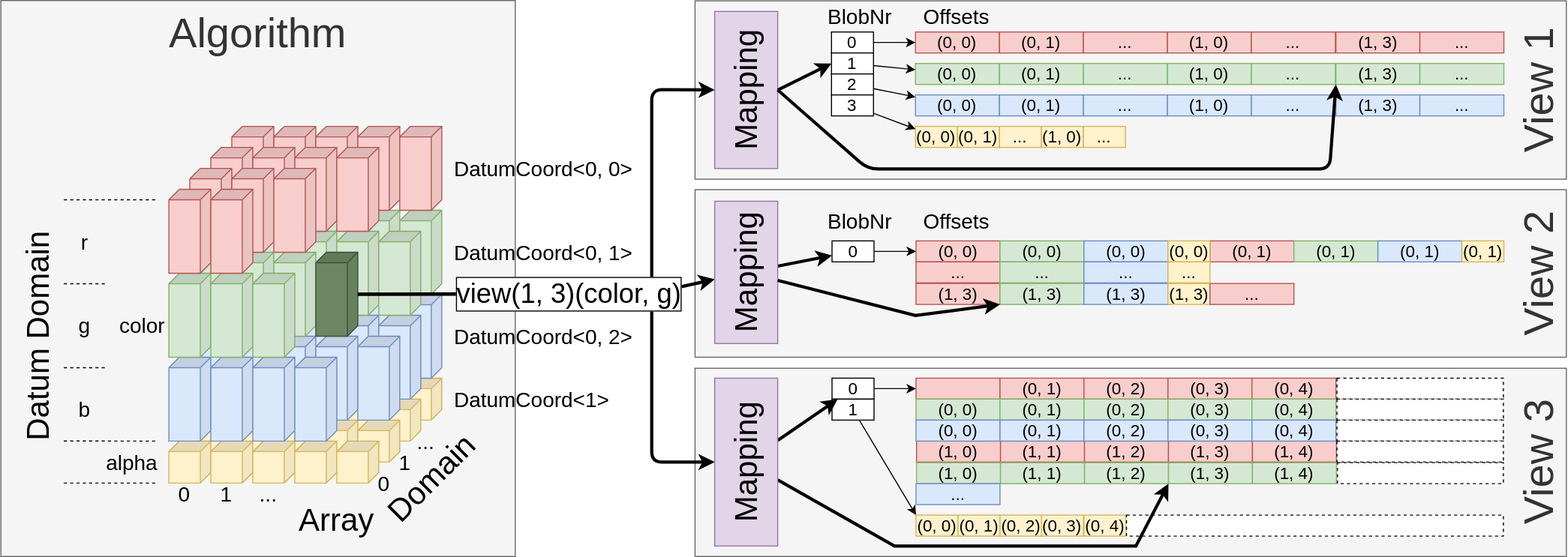
The draw.io diagram docs/images/mapping.svg in alpaka-group/llama, before a commit. Source tidied: cells renumbered, new cells last; positions are measured from the earlier drawing's top-left corner, leaving out a move shared by most shapes.
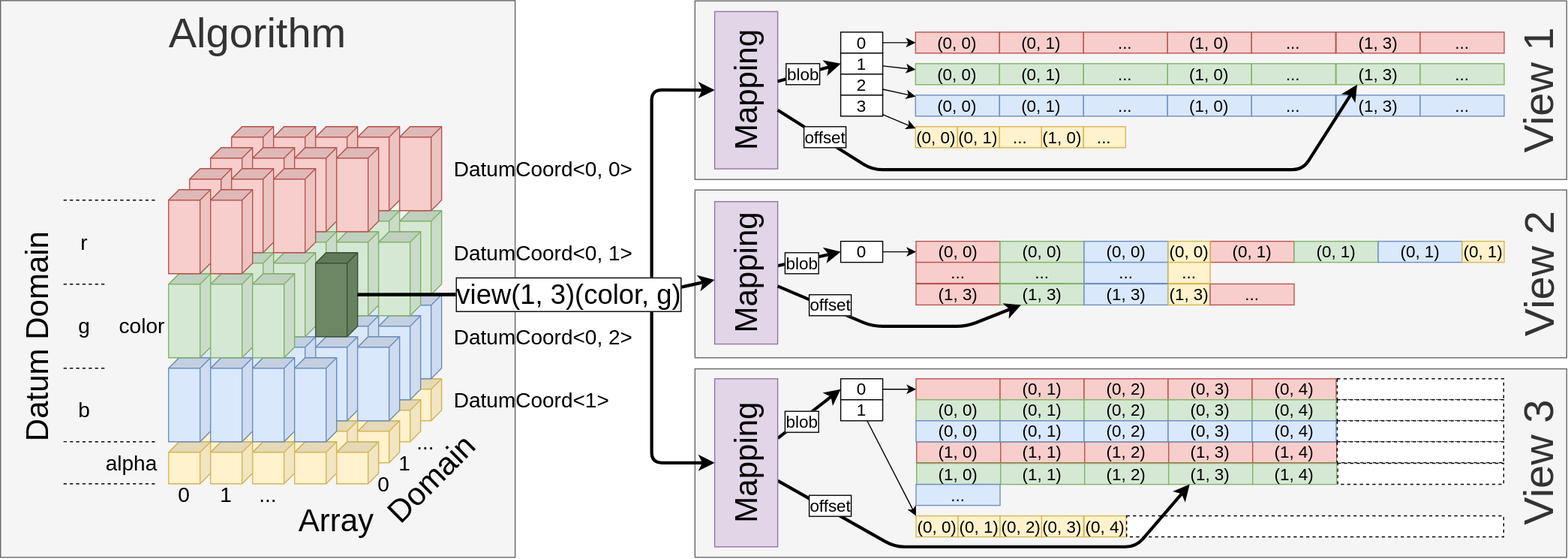
Later version of the same file.

Commit message:
fix arrow heads and add labels to them

Change to the diagram source:
```diff
@@ -173,25 +173,25 @@
       <mxGeometry relative="1" as="geometry" />
     </mxCell>
     <mxCell id="51" value="0" style="rounded=0;whiteSpace=wrap;html=1;fontSize=16;align=center;" parent="1" vertex="1">
-      <mxGeometry x="861.2" y="30" width="40" height="20" as="geometry" />
+      <mxGeometry x="870" y="30" width="40" height="20" as="geometry" />
     </mxCell>
     <mxCell id="52" style="edgeStyle=none;rounded=0;jettySize=auto;html=1;fontSize=16;" parent="1" edge="1" source="53" target="35">
       <mxGeometry relative="1" as="geometry" />
     </mxCell>
     <mxCell id="53" value="1" style="rounded=0;whiteSpace=wrap;html=1;fontSize=16;align=center;" parent="1" vertex="1">
-      <mxGeometry x="861.2" y="50" width="40" height="20" as="geometry" />
+      <mxGeometry x="870" y="50" width="40" height="20" as="geometry" />
     </mxCell>
     <mxCell id="54" style="edgeStyle=none;rounded=0;jettySize=auto;html=1;fontSize=16;" parent="1" edge="1" source="55" target="40">
       <mxGeometry relative="1" as="geometry" />
     </mxCell>
     <mxCell id="55" value="2" style="rounded=0;whiteSpace=wrap;html=1;fontSize=16;align=center;" parent="1" vertex="1">
-      <mxGeometry x="861.2" y="70" width="40" height="20" as="geometry" />
+      <mxGeometry x="870" y="70" width="40" height="20" as="geometry" />
     </mxCell>
     <mxCell id="56" style="edgeStyle=none;rounded=0;jettySize=auto;html=1;fontSize=16;" parent="1" edge="1" source="57" target="45">
       <mxGeometry relative="1" as="geometry" />
     </mxCell>
     <mxCell id="57" value="3" style="rounded=0;whiteSpace=wrap;html=1;fontSize=16;align=center;" parent="1" vertex="1">
-      <mxGeometry x="861.2" y="90" width="40" height="20" as="geometry" />
+      <mxGeometry x="870" y="90" width="40" height="20" as="geometry" />
     </mxCell>
     <mxCell id="58" value="(0, 0)" style="rounded=0;whiteSpace=wrap;html=1;fontSize=16;align=center;fillColor=#f8cecc;strokeColor=#b85450;" parent="1" vertex="1">
       <mxGeometry x="941.8" y="229.2" width="80" height="20" as="geometry" />
@@ -224,7 +224,7 @@
       <mxGeometry relative="1" as="geometry" />
     </mxCell>
     <mxCell id="68" value="0" style="rounded=0;whiteSpace=wrap;html=1;fontSize=16;align=center;" parent="1" vertex="1">
-      <mxGeometry x="861.8" y="229.2" width="40" height="20" as="geometry" />
+      <mxGeometry x="870" y="229.2" width="40" height="20" as="geometry" />
     </mxCell>
     <mxCell id="69" value="&amp;nbsp;" style="rounded=0;whiteSpace=wrap;html=1;fontSize=16;align=center;fillColor=#f8cecc;strokeColor=#b85450;" parent="1" vertex="1">
       <mxGeometry x="941.8" y="360" width="80" height="20" as="geometry" />
@@ -245,13 +245,13 @@
       <mxGeometry relative="1" as="geometry" />
     </mxCell>
     <mxCell id="75" value="0" style="rounded=0;whiteSpace=wrap;html=1;fontSize=16;align=center;" parent="1" vertex="1">
-      <mxGeometry x="861.8" y="360" width="40" height="20" as="geometry" />
+      <mxGeometry x="870" y="360" width="40" height="20" as="geometry" />
     </mxCell>
     <mxCell id="76" style="edgeStyle=none;rounded=0;jettySize=auto;html=1;fontSize=16;entryX=0;entryY=0;entryDx=0;entryDy=0;" parent="1" edge="1" source="77" target="72">
       <mxGeometry relative="1" as="geometry" />
     </mxCell>
     <mxCell id="77" value="1" style="rounded=0;whiteSpace=wrap;html=1;fontSize=16;align=center;" parent="1" vertex="1">
-      <mxGeometry x="861.8" y="380" width="40" height="20" as="geometry" />
+      <mxGeometry x="870" y="380" width="40" height="20" as="geometry" />
     </mxCell>
     <mxCell id="78" value="(0, 3)" style="rounded=0;whiteSpace=wrap;html=1;fontSize=16;align=center;fillColor=#f8cecc;strokeColor=#b85450;" parent="1" vertex="1">
       <mxGeometry x="1181.8" y="360" width="80" height="20" as="geometry" />
@@ -328,18 +328,15 @@
     <mxCell id="102" style="rounded=0;whiteSpace=wrap;html=1;fontSize=16;align=center;dashed=1;" parent="1" vertex="1">
       <mxGeometry x="1342.8" y="420" width="158.5" height="20" as="geometry" />
     </mxCell>
-    <mxCell id="103" value="BlobNr" style="text;html=1;strokeColor=none;fillColor=none;align=center;verticalAlign=middle;whiteSpace=wrap;rounded=0;shadow=0;glass=0;dashed=1;sketch=0;fontSize=20;" parent="1" vertex="1">
-      <mxGeometry x="848.8" width="79" height="30" as="geometry" />
-    </mxCell>
-    <mxCell id="104" value="Offsets" style="text;html=1;strokeColor=none;fillColor=none;align=center;verticalAlign=middle;whiteSpace=wrap;rounded=0;shadow=0;glass=0;dashed=1;sketch=0;fontSize=20;" parent="1" vertex="1">
-      <mxGeometry x="941.2" width="79" height="30" as="geometry" />
-    </mxCell>
     <mxCell id="105" value="Mapping" style="rounded=0;whiteSpace=wrap;html=1;shadow=0;glass=0;sketch=0;fillColor=#e1d5e7;fontSize=30;align=center;strokeColor=#9673a6;rotation=-90;" parent="1" vertex="1">
       <mxGeometry x="705.1" y="55.3" width="149.8" height="60" as="geometry" />
     </mxCell>
-    <mxCell id="106" style="endArrow=classic;html=1;fontSize=30;entryX=0;entryY=0.5;entryDx=0;entryDy=0;strokeWidth=3;exitX=0.5;exitY=1;exitDx=0;exitDy=0;" parent="1" edge="1" source="105" target="53">
+    <mxCell id="106" style="endArrow=classic;html=1;fontSize=30;entryX=0;entryY=0.5;entryDx=0;entryDy=0;strokeWidth=3;" parent="1" edge="1" source="105" target="53">
       <mxGeometry relative="1" as="geometry" />
     </mxCell>
+    <mxCell id="213" value="blob" style="edgeLabel;html=1;align=center;verticalAlign=middle;labelBorderColor=#000000;fontSize=16;" parent="106" vertex="1">
+      <mxGeometry x="-0.21" y="1" relative="1" as="geometry" />
+    </mxCell>
     <mxCell id="107" style="group;" parent="1" vertex="1">
       <mxGeometry x="290" y="120" width="200" height="280" as="geometry" />
     </mxCell>
@@ -585,9 +582,14 @@
     <mxCell id="186" value="..." style="rounded=0;whiteSpace=wrap;html=1;fontSize=16;align=center;fillColor=#dae8fc;strokeColor=#6c8ebf;" parent="1" vertex="1">
       <mxGeometry x="1421.8" y="90" width="80" height="20" as="geometry" />
     </mxCell>
-    <mxCell id="187" style="edgeStyle=none;rounded=0;jettySize=auto;html=1;strokeWidth=3;fontSize=40;" parent="1" edge="1" source="188" target="68">
+    <mxCell id="187" style="edgeStyle=none;rounded=0;jettySize=auto;html=1;strokeWidth=3;fontSize=40;entryX=0;entryY=0.5;entryDx=0;entryDy=0;" parent="1" edge="1" source="188" target="68">
       <mxGeometry relative="1" as="geometry" />
     </mxCell>
+    <mxCell id="214" value="blob" style="edgeLabel;html=1;align=center;verticalAlign=middle;labelBorderColor=#000000;fontSize=16;" parent="187" vertex="1">
+      <mxGeometry x="-0.44" y="1" relative="1" as="geometry">
+        <mxPoint x="5.9" y="1.8" as="offset" />
+      </mxGeometry>
+    </mxCell>
     <mxCell id="188" value="Mapping" style="rounded=0;whiteSpace=wrap;html=1;shadow=0;glass=0;sketch=0;fillColor=#e1d5e7;fontSize=30;align=center;strokeColor=#9673a6;rotation=-90;" parent="1" vertex="1">
       <mxGeometry x="712.2" y="229.1" width="135.6" height="60" as="geometry" />
     </mxCell>
@@ -627,10 +629,15 @@
     <mxCell id="200" value="..." style="rounded=0;whiteSpace=wrap;html=1;fontSize=16;align=center;fillColor=#dae8fc;strokeColor=#6c8ebf;" parent="1" vertex="1">
       <mxGeometry x="941.8" y="460.6" width="80" height="20" as="geometry" />
     </mxCell>
-    <mxCell id="201" style="edgeStyle=none;rounded=0;jettySize=auto;html=1;strokeWidth=3;fontSize=40;" parent="1" edge="1" source="203" target="75">
+    <mxCell id="201" style="edgeStyle=none;rounded=0;jettySize=auto;html=1;strokeWidth=3;fontSize=40;entryX=0;entryY=0.5;entryDx=0;entryDy=0;" parent="1" edge="1" source="203" target="75">
       <mxGeometry relative="1" as="geometry" />
     </mxCell>
+    <mxCell id="215" value="blob" style="edgeLabel;html=1;align=center;verticalAlign=middle;labelBorderColor=#000000;fontSize=16;" parent="201" vertex="1">
+      <mxGeometry x="-0.28" y="2" relative="1" as="geometry">
+        <mxPoint x="2.5" y="2.7" as="offset" />
+      </mxGeometry>
+    </mxCell>
-    <mxCell id="202" style="edgeStyle=none;rounded=0;jettySize=auto;html=1;entryX=0;entryY=1;entryDx=0;entryDy=0;strokeWidth=3;fontSize=40;" parent="1" edge="1" source="203" target="197">
+    <mxCell id="202" style="edgeStyle=none;rounded=1;jettySize=auto;html=1;entryX=0.25;entryY=1;entryDx=0;entryDy=0;strokeWidth=3;fontSize=40;" parent="1" edge="1" source="203" target="197">
       <mxGeometry relative="1" as="geometry">
         <Array as="points">
           <mxPoint x="921.2" y="520" />
@@ -638,6 +645,11 @@
         </Array>
       </mxGeometry>
     </mxCell>
+    <mxCell id="216" value="offset" style="edgeLabel;html=1;align=center;verticalAlign=middle;labelBorderColor=#000000;fontSize=16;" parent="202" vertex="1">
+      <mxGeometry x="-0.87" relative="1" as="geometry">
+        <mxPoint x="24.6" y="9.2" as="offset" />
+      </mxGeometry>
+    </mxCell>
     <mxCell id="203" value="Mapping" style="rounded=0;whiteSpace=wrap;html=1;shadow=0;glass=0;sketch=0;fillColor=#e1d5e7;fontSize=30;align=center;strokeColor=#9673a6;rotation=-90;" parent="1" vertex="1">
       <mxGeometry x="700" y="410" width="160" height="60" as="geometry" />
     </mxCell>
@@ -653,21 +665,32 @@
         <mxPoint x="-110.3" y="8.5" as="offset" />
       </mxGeometry>
     </mxCell>
-    <mxCell id="206" style="endArrow=classic;html=1;fontSize=30;entryX=0;entryY=1;entryDx=0;entryDy=0;strokeWidth=3;exitX=0.5;exitY=1;exitDx=0;exitDy=0;" parent="1" edge="1" source="105" target="182">
+    <mxCell id="206" style="endArrow=classic;html=1;fontSize=30;strokeWidth=3;entryX=0.25;entryY=1;entryDx=0;entryDy=0;" parent="1" edge="1" source="105" target="182">
       <mxGeometry relative="1" as="geometry">
         <Array as="points">
-          <mxPoint x="895.8" y="160.6" />
-          <mxPoint x="1335.8" y="160.6" />
+          <mxPoint x="900" y="161" />
+          <mxPoint x="1310" y="161" />
         </Array>
       </mxGeometry>
     </mxCell>
+    <mxCell id="217" value="offset" style="edgeLabel;html=1;align=center;verticalAlign=middle;labelBorderColor=#000000;fontSize=16;" parent="206" vertex="1">
+      <mxGeometry x="-0.57" y="2" relative="1" as="geometry">
+        <mxPoint x="-69.1" y="-29" as="offset" />
+      </mxGeometry>
+    </mxCell>
-    <mxCell id="207" style="edgeStyle=none;rounded=0;jettySize=auto;html=1;strokeWidth=3;fontSize=40;entryX=1;entryY=1;entryDx=0;entryDy=0;" parent="1" edge="1" source="188" target="189">
+    <mxCell id="207" style="edgeStyle=none;rounded=1;jettySize=auto;html=1;strokeWidth=3;fontSize=40;entryX=0.25;entryY=1;entryDx=0;entryDy=0;" parent="1" edge="1" source="188" target="190">
       <mxGeometry relative="1" as="geometry">
         <Array as="points">
-          <mxPoint x="941.2" y="300.3" />
+          <mxPoint x="900" y="310" />
+          <mxPoint x="990" y="310" />
         </Array>
       </mxGeometry>
     </mxCell>
+    <mxCell id="218" value="offset" style="edgeLabel;html=1;align=center;verticalAlign=middle;labelBorderColor=#000000;fontSize=16;" parent="207" vertex="1">
+      <mxGeometry x="-0.51" y="-1" relative="1" as="geometry">
+        <mxPoint x="-4.9" y="-6.5" as="offset" />
+      </mxGeometry>
+    </mxCell>
     <mxCell id="208" value="..." style="rounded=0;whiteSpace=wrap;html=1;fontSize=16;align=center;fillColor=#d5e8d4;strokeColor=#82b366;" parent="1" vertex="1">
       <mxGeometry x="1021.8" y="249.1" width="80" height="20" as="geometry" />
     </mxCell>
@@ -677,11 +700,5 @@
     <mxCell id="210" value="..." style="rounded=0;whiteSpace=wrap;html=1;fontSize=16;align=center;fillColor=#fff2cc;strokeColor=#d6b656;" parent="1" vertex="1">
       <mxGeometry x="1181.8" y="249.1" width="40" height="20" as="geometry" />
     </mxCell>
-    <mxCell id="211" value="BlobNr" style="text;html=1;strokeColor=none;fillColor=none;align=center;verticalAlign=middle;whiteSpace=wrap;rounded=0;shadow=0;glass=0;dashed=1;sketch=0;fontSize=20;" parent="1" vertex="1">
-      <mxGeometry x="848.8" y="195.3" width="79" height="30" as="geometry" />
-    </mxCell>
-    <mxCell id="212" value="Offsets" style="text;html=1;strokeColor=none;fillColor=none;align=center;verticalAlign=middle;whiteSpace=wrap;rounded=0;shadow=0;glass=0;dashed=1;sketch=0;fontSize=20;" parent="1" vertex="1">
-      <mxGeometry x="941.2" y="195.3" width="79" height="30" as="geometry" />
-    </mxCell>
   </root>
 </mxGraphModel>
```
